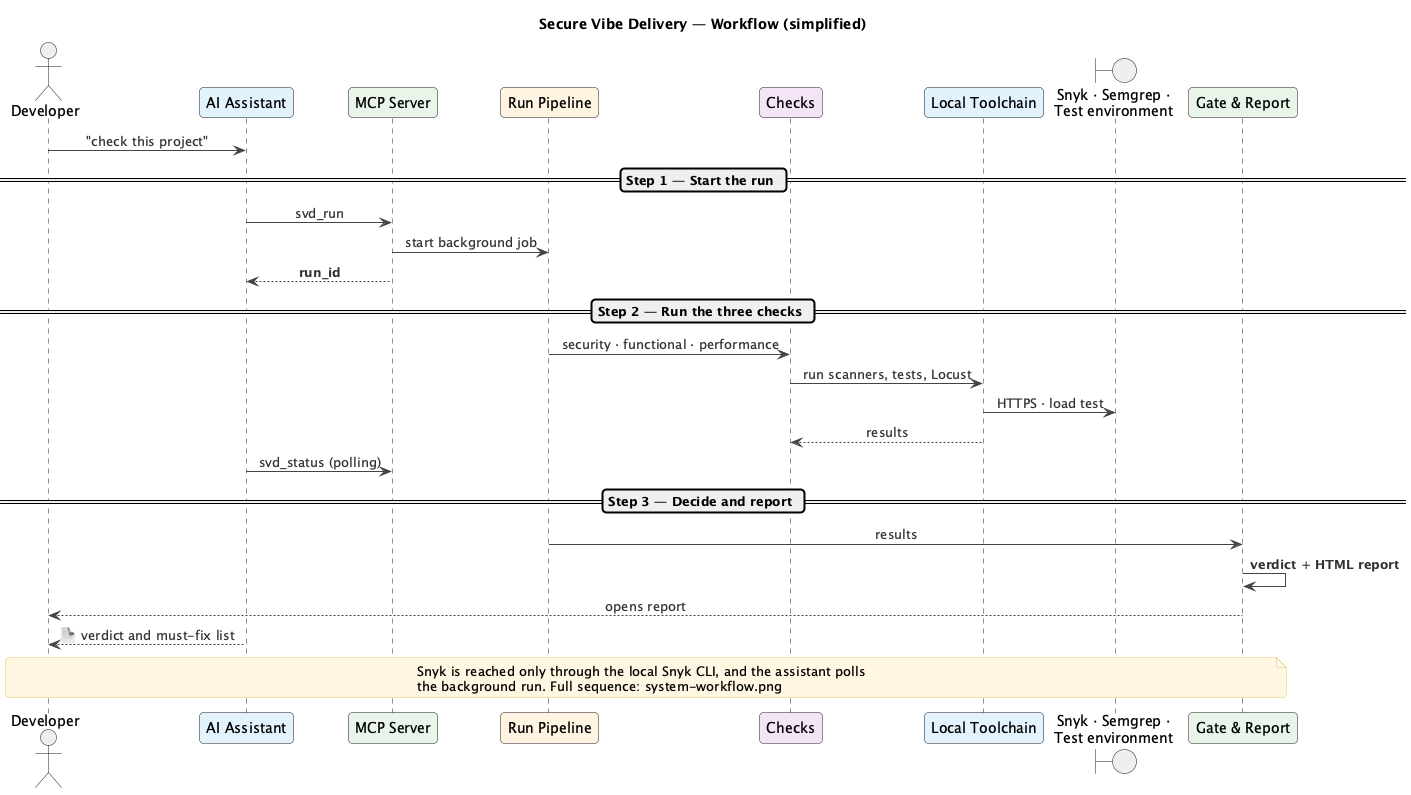
Earlier version of the PlantUML export docs/architecture/system-workflow-simple.png (t-labs-buy/secure-vibe-delivery). Source of this version:
```plantuml
@startuml system-workflow-simple
title Secure Vibe Delivery — Workflow (simplified)

skinparam backgroundColor #FFFFFF
skinparam shadowing false
skinparam sequenceMessageAlign center
skinparam roundcorner 8
skinparam ArrowColor #444444
skinparam ArrowFontColor #333333
skinparam responseMessageBelowArrow true
skinparam NoteBackgroundColor #FFF7E0
skinparam NoteBorderColor #E0C46C

actor "Developer" as User #ECEFF1
participant "AI Assistant" as AST #E3F2FD
participant "MCP Server" as MCP #E8F5E9
participant "Run Pipeline" as PIPE #FFF3E0
participant "Checks" as CHK #F3E5F5
participant "Local Toolchain" as TOOLS #E3F2FD
boundary "Snyk · Semgrep ·\nTest environment" as EXT #ECEFF1
participant "Gate & Report" as GR #E8F5E9

User -> AST : "check this project"

== Step 1 — Start the run ==
AST -> MCP : svd_run
MCP -> PIPE : start background job
MCP --> AST : **run_id**

== Step 2 — Run the three checks ==
PIPE -> CHK : security · functional · performance
CHK -> TOOLS : run scanners, tests, Locust
TOOLS -> EXT : HTTPS · load test
TOOLS --> CHK : results
AST -> MCP : svd_status (polling)

== Step 3 — Decide and report ==
PIPE -> GR : results
GR -> GR : **verdict** + **HTML report**
GR --> User : opens report
AST --> User : 📄 verdict and must-fix list

note across
  Snyk is reached only through the local Snyk CLI, and the assistant polls
  the background run. Full sequence: system-workflow.png
end note

@enduml
```
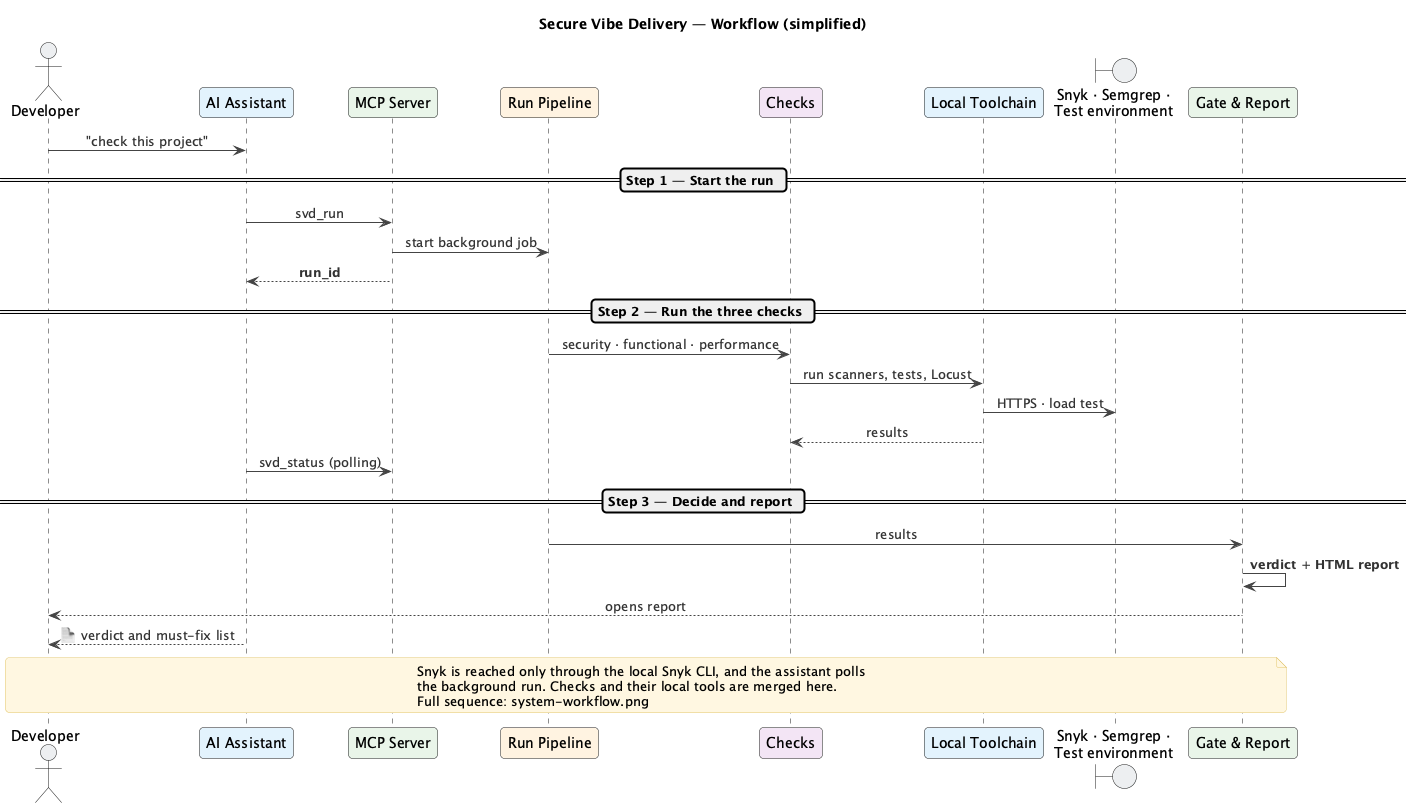
After the commit.

Commit message:
Docs: diagrams show each check's own local tool

What changed in the source:
```diff
@@ -42,7 +42,8 @@
 
 note across
   Snyk is reached only through the local Snyk CLI, and the assistant polls
-  the background run. Full sequence: system-workflow.png
+  the background run. Checks and their local tools are merged here.
+  Full sequence: system-workflow.png
 end note
 
 @enduml
```
